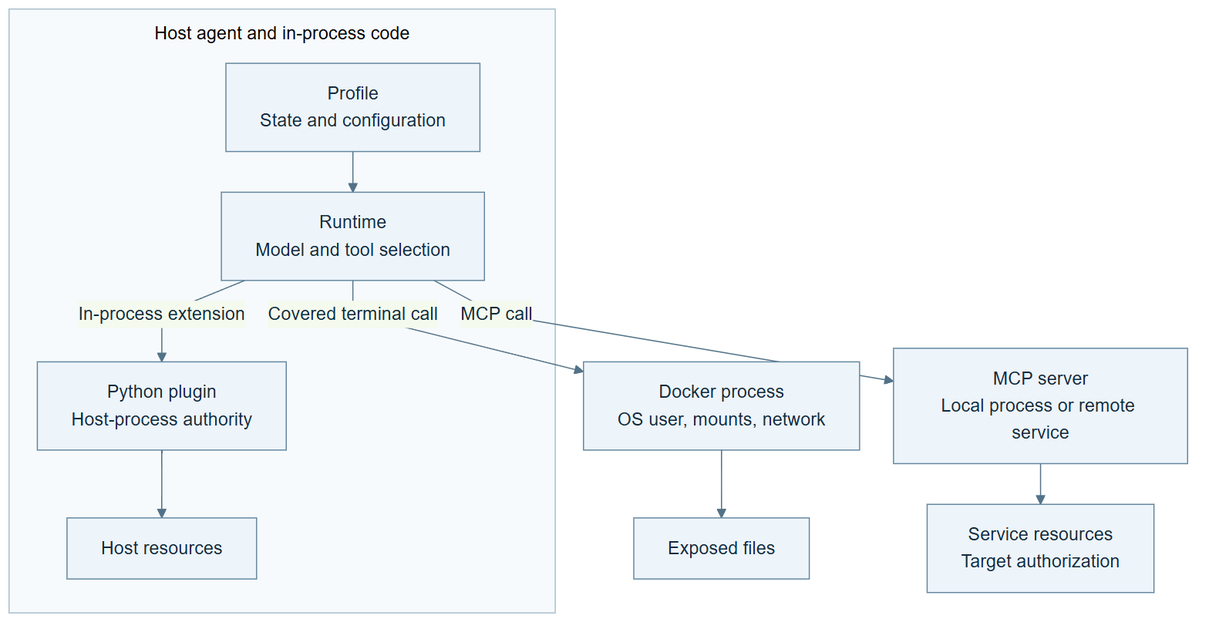
Before: series/hermes-agent/v0.21.0/labs/05-security-boundaries/assets/authority-map.png, a diagram exported from Mermaid (vingov/the-agent-stack-labs). Its source is kept beside it as series/hermes-agent/v0.21.0/labs/05-security-boundaries/assets/authority-map.mmd.
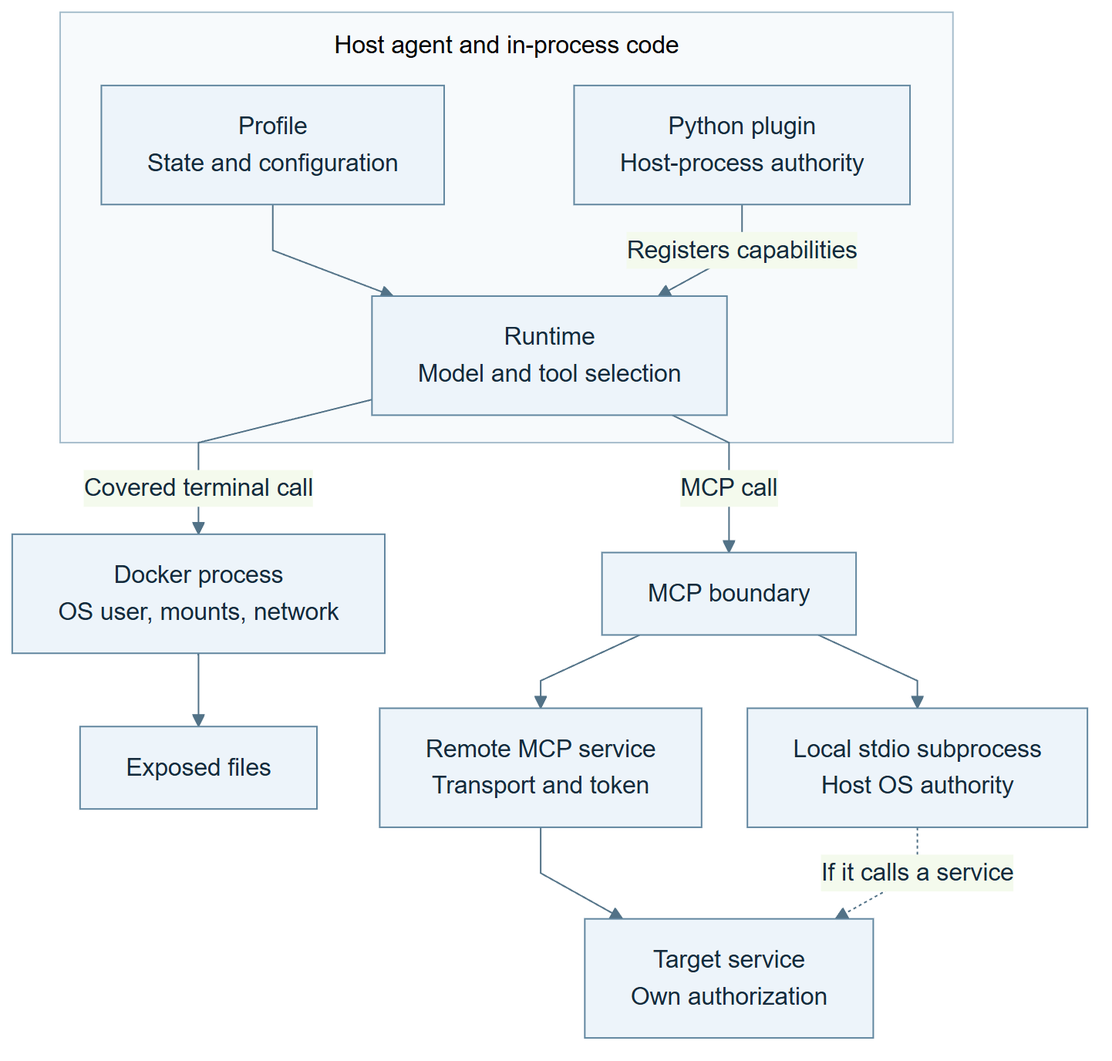
Above is the later version.

Commit message:
Apply Part 5 editorial review and clarify authority diagrams

Change to the diagram source:
```diff
@@ -1,10 +1,12 @@
 flowchart TB
   subgraph Host["Host agent and in-process code"]
     P["Profile<br/>State and configuration"] --> R["Runtime<br/>Model and tool selection"]
-    R -->|In-process extension| X["Python plugin<br/>Host-process authority"]
-    X --> H["Host resources"]
+    X["Python plugin<br/>Host-process authority"] -->|Registers capabilities| R
   end
   R -->|Covered terminal call| B["Docker process<br/>OS user, mounts, network"]
-  R -->|MCP call| M["MCP server<br/>Local process or remote service"]
+  R -->|MCP call| M["MCP boundary"]
   B --> F["Exposed files"]
-  M --> T["Service resources<br/>Target authorization"]
+  M --> L["Local stdio subprocess<br/>Host OS authority"]
+  M --> Q["Remote MCP service<br/>Transport and token"]
+  Q --> T["Target service<br/>Own authorization"]
+  L -.->|If it calls a service| T
```
